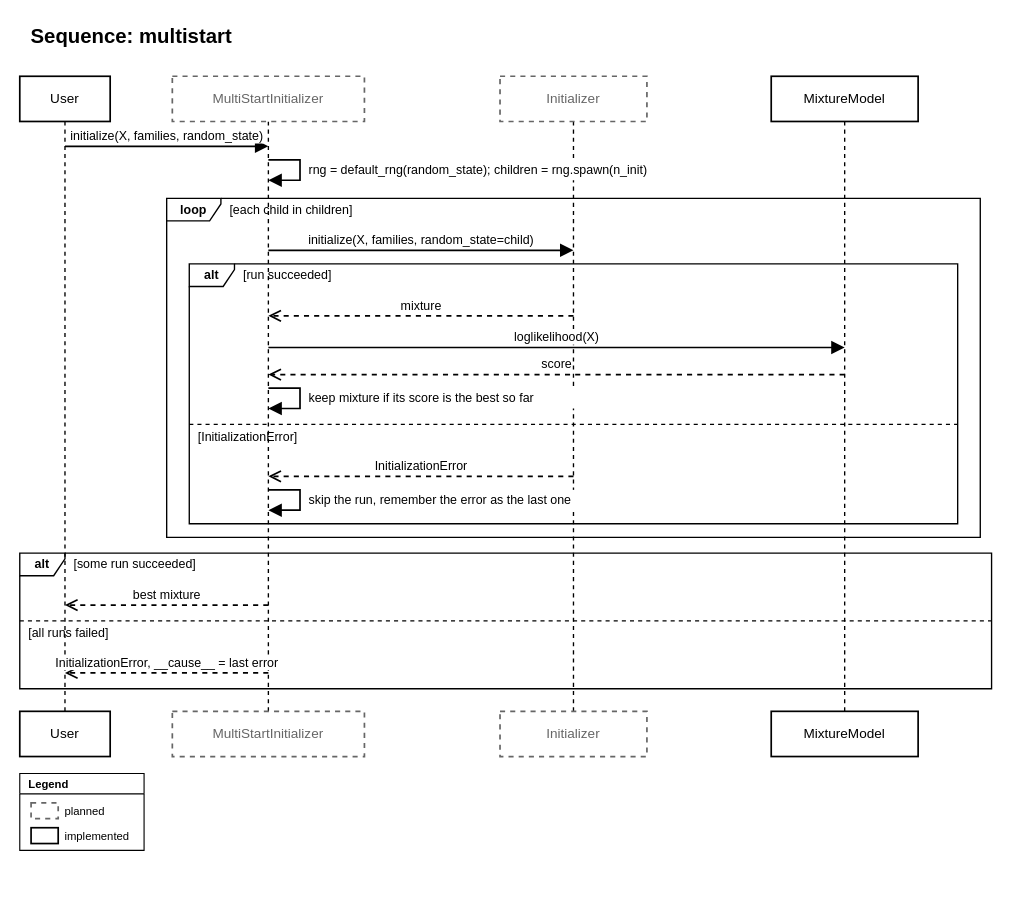
This is page "Sequence: multistart" (7 of 7) of docs/source/design/modules/initializers/diagrams/initializers.drawio from PySATL/pysatl-mpest, a draw.io file, before an edit. Source tidied: cells renumbered, new cells numbered last; positions are measured from the earlier drawing's top-left corner, leaving out a move shared by most shapes. Both pictures are drawn from the tidied source at 113%, with x=0, y=0 at pixel (19, 19).
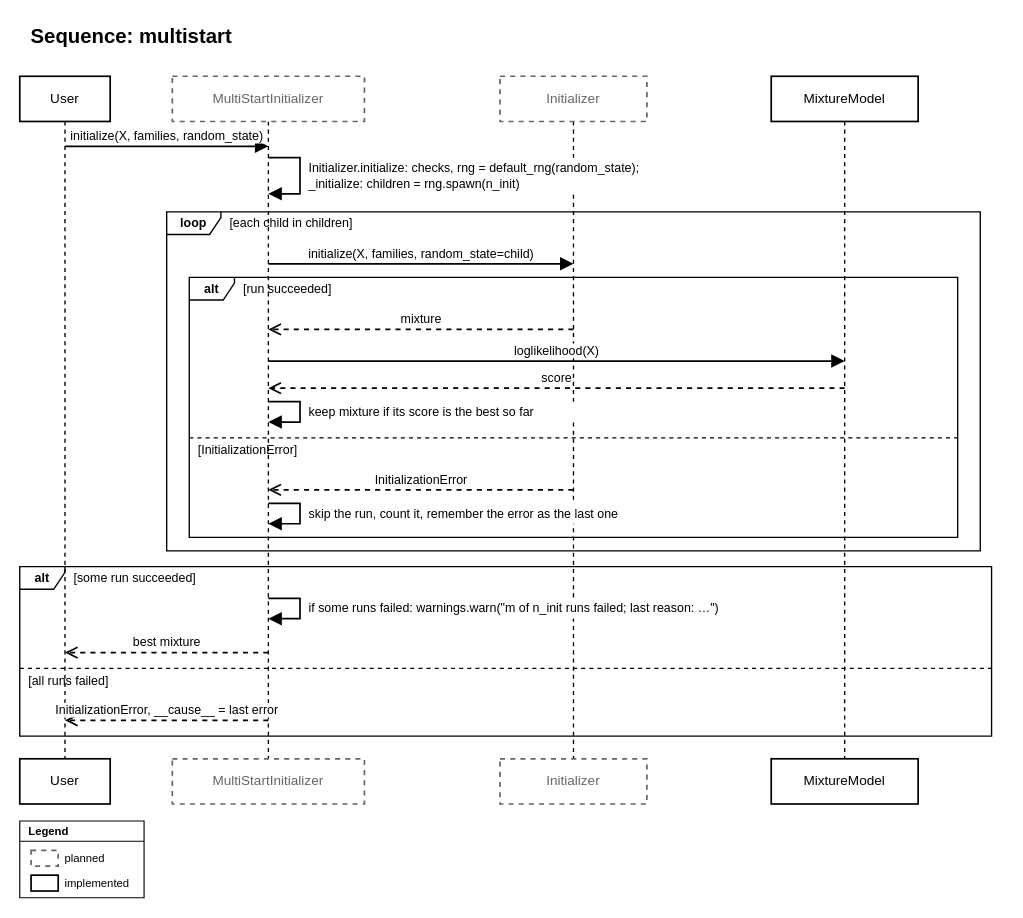
The same page after the edit.

What changed in the source:
```diff
@@
-    <mxCell id="3" style="html=1;rounded=0;dashed=1;endArrow=none;strokeColor=#000000;strokeWidth=1.2;" parent="1" edge="1">
-      <mxGeometry relative="1" as="geometry">
-        <mxPoint x="40" y="90" as="sourcePoint" />
-        <mxPoint x="40" y="612" as="targetPoint" />
-      </mxGeometry>
-    </mxCell>
+    <mxCell id="44" style="html=1;rounded=0;dashed=1;endArrow=none;strokeColor=#000000;strokeWidth=1.2;" parent="1" edge="1">
+      <mxGeometry relative="1" as="geometry">
+        <mxPoint x="40" y="90" as="sourcePoint" />
+        <mxPoint x="40" y="654" as="targetPoint" />
+      </mxGeometry>
+    </mxCell>
@@
-    <mxCell id="5" value="User" style="rounded=0;whiteSpace=wrap;html=1;fillColor=#ffffff;strokeColor=#000000;strokeWidth=1.5;fontSize=12;fontFamily=Helvetica;fontColor=#000000;" parent="1" vertex="1">
-      <mxGeometry y="612" width="80" height="40" as="geometry" />
-    </mxCell>
-    <mxCell id="6" style="html=1;rounded=0;dashed=1;endArrow=none;strokeColor=#000000;strokeWidth=1.2;" parent="1" edge="1">
-      <mxGeometry relative="1" as="geometry">
-        <mxPoint x="220" y="90" as="sourcePoint" />
-        <mxPoint x="220" y="612" as="targetPoint" />
-      </mxGeometry>
-    </mxCell>
-    <mxCell id="7" value="MultiStartInitializer" style="rounded=0;whiteSpace=wrap;html=1;fillColor=#ffffff;strokeColor=#666666;strokeWidth=1.5;fontSize=12;fontFamily=Helvetica;fontColor=#666666;dashed=1;" parent="1" vertex="1">
-      <mxGeometry x="135" y="50" width="170" height="40" as="geometry" />
+    <mxCell id="7" value="User" style="rounded=0;whiteSpace=wrap;html=1;fillColor=#ffffff;strokeColor=#000000;strokeWidth=1.5;fontSize=12;fontFamily=Helvetica;fontColor=#000000;" parent="1" vertex="1">
+      <mxGeometry y="654" width="80" height="40" as="geometry" />
     </mxCell>
+    <mxCell id="45" style="html=1;rounded=0;dashed=1;endArrow=none;strokeColor=#000000;strokeWidth=1.2;" parent="1" edge="1">
+      <mxGeometry relative="1" as="geometry">
+        <mxPoint x="220" y="90" as="sourcePoint" />
+        <mxPoint x="220" y="654" as="targetPoint" />
+      </mxGeometry>
+    </mxCell>
     <mxCell id="8" value="MultiStartInitializer" style="rounded=0;whiteSpace=wrap;html=1;fillColor=#ffffff;strokeColor=#666666;strokeWidth=1.5;fontSize=12;fontFamily=Helvetica;fontColor=#666666;dashed=1;" parent="1" vertex="1">
-      <mxGeometry x="135" y="612" width="170" height="40" as="geometry" />
+      <mxGeometry x="135" y="50" width="170" height="40" as="geometry" />
     </mxCell>
-    <mxCell id="9" style="html=1;rounded=0;dashed=1;endArrow=none;strokeColor=#000000;strokeWidth=1.2;" parent="1" edge="1">
-      <mxGeometry relative="1" as="geometry">
-        <mxPoint x="490" y="90" as="sourcePoint" />
-        <mxPoint x="490" y="612" as="targetPoint" />
-      </mxGeometry>
-    </mxCell>
-    <mxCell id="10" value="Initializer" style="rounded=0;whiteSpace=wrap;html=1;fillColor=#ffffff;strokeColor=#666666;strokeWidth=1.5;fontSize=12;fontFamily=Helvetica;fontColor=#666666;dashed=1;" parent="1" vertex="1">
-      <mxGeometry x="425" y="50" width="130" height="40" as="geometry" />
+    <mxCell id="10" value="MultiStartInitializer" style="rounded=0;whiteSpace=wrap;html=1;fillColor=#ffffff;strokeColor=#666666;strokeWidth=1.5;fontSize=12;fontFamily=Helvetica;fontColor=#666666;dashed=1;" parent="1" vertex="1">
+      <mxGeometry x="135" y="654" width="170" height="40" as="geometry" />
     </mxCell>
+    <mxCell id="46" style="html=1;rounded=0;dashed=1;endArrow=none;strokeColor=#000000;strokeWidth=1.2;" parent="1" edge="1">
+      <mxGeometry relative="1" as="geometry">
+        <mxPoint x="490" y="90" as="sourcePoint" />
+        <mxPoint x="490" y="654" as="targetPoint" />
+      </mxGeometry>
+    </mxCell>
     <mxCell id="11" value="Initializer" style="rounded=0;whiteSpace=wrap;html=1;fillColor=#ffffff;strokeColor=#666666;strokeWidth=1.5;fontSize=12;fontFamily=Helvetica;fontColor=#666666;dashed=1;" parent="1" vertex="1">
-      <mxGeometry x="425" y="612" width="130" height="40" as="geometry" />
+      <mxGeometry x="425" y="50" width="130" height="40" as="geometry" />
     </mxCell>
-    <mxCell id="12" style="html=1;rounded=0;dashed=1;endArrow=none;strokeColor=#000000;strokeWidth=1.2;" parent="1" edge="1">
-      <mxGeometry relative="1" as="geometry">
-        <mxPoint x="730" y="90" as="sourcePoint" />
-        <mxPoint x="730" y="612" as="targetPoint" />
-      </mxGeometry>
-    </mxCell>
-    <mxCell id="13" value="MixtureModel" style="rounded=0;whiteSpace=wrap;html=1;fillColor=#ffffff;strokeColor=#000000;strokeWidth=1.5;fontSize=12;fontFamily=Helvetica;fontColor=#000000;" parent="1" vertex="1">
-      <mxGeometry x="665" y="50" width="130" height="40" as="geometry" />
+    <mxCell id="13" value="Initializer" style="rounded=0;whiteSpace=wrap;html=1;fillColor=#ffffff;strokeColor=#666666;strokeWidth=1.5;fontSize=12;fontFamily=Helvetica;fontColor=#666666;dashed=1;" parent="1" vertex="1">
+      <mxGeometry x="425" y="654" width="130" height="40" as="geometry" />
     </mxCell>
-    <mxCell id="14" value="MixtureModel" style="rounded=0;whiteSpace=wrap;html=1;fillColor=#ffffff;strokeColor=#000000;strokeWidth=1.5;fontSize=12;fontFamily=Helvetica;fontColor=#000000;" parent="1" vertex="1">
-      <mxGeometry x="665" y="612" width="130" height="40" as="geometry" />
-    </mxCell>
+    <mxCell id="47" style="html=1;rounded=0;dashed=1;endArrow=none;strokeColor=#000000;strokeWidth=1.2;" parent="1" edge="1">
+      <mxGeometry relative="1" as="geometry">
+        <mxPoint x="730" y="90" as="sourcePoint" />
+        <mxPoint x="730" y="654" as="targetPoint" />
+      </mxGeometry>
+    </mxCell>
+    <mxCell id="48" value="MixtureModel" style="rounded=0;whiteSpace=wrap;html=1;fillColor=#ffffff;strokeColor=#000000;strokeWidth=1.5;fontSize=12;fontFamily=Helvetica;fontColor=#000000;" parent="1" vertex="1">
+      <mxGeometry x="665" y="50" width="130" height="40" as="geometry" />
+    </mxCell>
+    <mxCell id="49" value="MixtureModel" style="rounded=0;whiteSpace=wrap;html=1;fillColor=#ffffff;strokeColor=#000000;strokeWidth=1.5;fontSize=12;fontFamily=Helvetica;fontColor=#000000;" parent="1" vertex="1">
+      <mxGeometry x="665" y="654" width="130" height="40" as="geometry" />
+    </mxCell>
@@
     <mxCell id="16" style="endArrow=block;endFill=1;html=1;rounded=0;endSize=8;strokeColor=#000000;strokeWidth=1.5;fontSize=11;labelBackgroundColor=#ffffff;fontFamily=Helvetica;fontColor=#000000;" parent="1" edge="1">
       <mxGeometry relative="1" as="geometry">
-        <mxPoint x="220" y="124" as="sourcePoint" />
-        <mxPoint x="220" y="142" as="targetPoint" />
+        <mxPoint x="220" y="122" as="sourcePoint" />
+        <mxPoint x="220" y="154" as="targetPoint" />
         <Array as="points">
-          <mxPoint x="248" y="124" />
-          <mxPoint x="248" y="142" />
+          <mxPoint x="248" y="122" />
+          <mxPoint x="248" y="154" />
         </Array>
       </mxGeometry>
     </mxCell>
-    <mxCell id="17" value="rng = default_rng(random_state); children = rng.spawn(n_init)" style="text;html=1;align=left;verticalAlign=middle;spacing=0;spacingLeft=2;spacingRight=2;fontSize=11;fillColor=#ffffff;fontFamily=Helvetica;fontColor=#000000;" parent="1" vertex="1">
-      <mxGeometry x="254" y="124" width="380" height="18" as="geometry" />
+    <mxCell id="17" value="Initializer.initialize: checks, rng = default_rng(random_state);&lt;br&gt;_initialize: children = rng.spawn(n_init)" style="text;html=1;align=left;verticalAlign=middle;spacing=0;spacingLeft=2;spacingRight=2;fontSize=11;fillColor=#ffffff;fontFamily=Helvetica;fontColor=#000000;" parent="1" vertex="1">
+      <mxGeometry x="254" y="122" width="380" height="32" as="geometry" />
     </mxCell>
     <mxCell id="18" value="loop" style="shape=umlFrame;whiteSpace=wrap;html=1;fillColor=none;strokeColor=#000000;strokeWidth=1.2;fontSize=11;fontStyle=1;width=48;height=20;fontFamily=Helvetica;fontColor=#000000;" parent="1" vertex="1">
-      <mxGeometry x="130" y="158" width="720" height="300" as="geometry" />
+      <mxGeometry x="130" y="170" width="720" height="300" as="geometry" />
     </mxCell>
     <mxCell id="19" value="[each child in children]" style="text;html=1;align=left;verticalAlign=middle;spacing=0;fontSize=11;fontFamily=Helvetica;fontColor=#000000;" parent="1" vertex="1">
-      <mxGeometry x="186" y="160" width="660" height="16" as="geometry" />
+      <mxGeometry x="186" y="172" width="660" height="16" as="geometry" />
     </mxCell>
     <mxCell id="20" value="initialize(X, families, random_state=child)" style="endArrow=block;endFill=1;html=1;rounded=0;endSize=8;strokeColor=#000000;strokeWidth=1.5;fontSize=11;verticalAlign=bottom;labelBackgroundColor=#ffffff;fontFamily=Helvetica;fontColor=#000000;" parent="1" edge="1">
       <mxGeometry relative="1" as="geometry">
-        <mxPoint x="220" y="204" as="sourcePoint" />
-        <mxPoint x="490" y="204" as="targetPoint" />
+        <mxPoint x="220" y="216" as="sourcePoint" />
+        <mxPoint x="490" y="216" as="targetPoint" />
       </mxGeometry>
     </mxCell>
     <mxCell id="21" value="alt" style="shape=umlFrame;whiteSpace=wrap;html=1;fillColor=none;strokeColor=#000000;strokeWidth=1.2;fontSize=11;fontStyle=1;width=40;height=20;fontFamily=Helvetica;fontColor=#000000;" parent="1" vertex="1">
-      <mxGeometry x="150" y="216" width="680" height="230" as="geometry" />
+      <mxGeometry x="150" y="228" width="680" height="230" as="geometry" />
     </mxCell>
     <mxCell id="22" value="[run succeeded]" style="text;html=1;align=left;verticalAlign=middle;spacing=0;fontSize=11;fontFamily=Helvetica;fontColor=#000000;" parent="1" vertex="1">
-      <mxGeometry x="198" y="218" width="628" height="16" as="geometry" />
+      <mxGeometry x="198" y="230" width="628" height="16" as="geometry" />
     </mxCell>
     <mxCell id="23" value="mixture" style="dashed=1;endArrow=open;endFill=0;html=1;rounded=0;endSize=8;strokeColor=#000000;strokeWidth=1.5;fontSize=11;verticalAlign=bottom;labelBackgroundColor=#ffffff;fontFamily=Helvetica;fontColor=#000000;" parent="1" edge="1">
       <mxGeometry relative="1" as="geometry">
-        <mxPoint x="490" y="262" as="sourcePoint" />
-        <mxPoint x="220" y="262" as="targetPoint" />
+        <mxPoint x="490" y="274" as="sourcePoint" />
+        <mxPoint x="220" y="274" as="targetPoint" />
       </mxGeometry>
     </mxCell>
     <mxCell id="24" value="loglikelihood(X)" style="endArrow=block;endFill=1;html=1;rounded=0;endSize=8;strokeColor=#000000;strokeWidth=1.5;fontSize=11;verticalAlign=bottom;labelBackgroundColor=#ffffff;fontFamily=Helvetica;fontColor=#000000;" parent="1" edge="1">
       <mxGeometry relative="1" as="geometry">
-        <mxPoint x="220" y="290" as="sourcePoint" />
-        <mxPoint x="730" y="290" as="targetPoint" />
+        <mxPoint x="220" y="302" as="sourcePoint" />
+        <mxPoint x="730" y="302" as="targetPoint" />
       </mxGeometry>
     </mxCell>
     <mxCell id="25" value="score" style="dashed=1;endArrow=open;endFill=0;html=1;rounded=0;endSize=8;strokeColor=#000000;strokeWidth=1.5;fontSize=11;verticalAlign=bottom;labelBackgroundColor=#ffffff;fontFamily=Helvetica;fontColor=#000000;" parent="1" edge="1">
       <mxGeometry relative="1" as="geometry">
-        <mxPoint x="730" y="314" as="sourcePoint" />
-        <mxPoint x="220" y="314" as="targetPoint" />
+        <mxPoint x="730" y="326" as="sourcePoint" />
+        <mxPoint x="220" y="326" as="targetPoint" />
       </mxGeometry>
     </mxCell>
     <mxCell id="26" style="endArrow=block;endFill=1;html=1;rounded=0;endSize=8;strokeColor=#000000;strokeWidth=1.5;fontSize=11;labelBackgroundColor=#ffffff;fontFamily=Helvetica;fontColor=#000000;" parent="1" edge="1">
       <mxGeometry relative="1" as="geometry">
-        <mxPoint x="220" y="326" as="sourcePoint" />
-        <mxPoint x="220" y="344" as="targetPoint" />
+        <mxPoint x="220" y="338" as="sourcePoint" />
+        <mxPoint x="220" y="356" as="targetPoint" />
         <Array as="points">
-          <mxPoint x="248" y="326" />
-          <mxPoint x="248" y="344" />
+          <mxPoint x="248" y="338" />
+          <mxPoint x="248" y="356" />
         </Array>
       </mxGeometry>
     </mxCell>
     <mxCell id="27" value="keep mixture if its score is the best so far" style="text;html=1;align=left;verticalAlign=middle;spacing=0;spacingLeft=2;spacingRight=2;fontSize=11;fillColor=#ffffff;fontFamily=Helvetica;fontColor=#000000;" parent="1" vertex="1">
-      <mxGeometry x="254" y="326" width="260" height="18" as="geometry" />
+      <mxGeometry x="254" y="338" width="260" height="18" as="geometry" />
     </mxCell>
     <mxCell id="28" style="html=1;rounded=0;dashed=1;endArrow=none;strokeColor=#000000;strokeWidth=1.2;" parent="1" edge="1">
       <mxGeometry relative="1" as="geometry">
-        <mxPoint x="150" y="358" as="sourcePoint" />
-        <mxPoint x="830" y="358" as="targetPoint" />
+        <mxPoint x="150" y="370" as="sourcePoint" />
+        <mxPoint x="830" y="370" as="targetPoint" />
       </mxGeometry>
     </mxCell>
     <mxCell id="29" value="[InitializationError]" style="text;html=1;align=left;verticalAlign=middle;spacing=0;fontSize=11;fontFamily=Helvetica;fontColor=#000000;" parent="1" vertex="1">
-      <mxGeometry x="158" y="361" width="664" height="16" as="geometry" />
+      <mxGeometry x="158" y="373" width="664" height="16" as="geometry" />
     </mxCell>
     <mxCell id="30" value="InitializationError" style="dashed=1;endArrow=open;endFill=0;html=1;rounded=0;endSize=8;strokeColor=#000000;strokeWidth=1.5;fontSize=11;verticalAlign=bottom;labelBackgroundColor=#ffffff;fontFamily=Helvetica;fontColor=#000000;" parent="1" edge="1">
       <mxGeometry relative="1" as="geometry">
-        <mxPoint x="490" y="404" as="sourcePoint" />
-        <mxPoint x="220" y="404" as="targetPoint" />
+        <mxPoint x="490" y="416" as="sourcePoint" />
+        <mxPoint x="220" y="416" as="targetPoint" />
       </mxGeometry>
     </mxCell>
     <mxCell id="31" style="endArrow=block;endFill=1;html=1;rounded=0;endSize=8;strokeColor=#000000;strokeWidth=1.5;fontSize=11;labelBackgroundColor=#ffffff;fontFamily=Helvetica;fontColor=#000000;" parent="1" edge="1">
       <mxGeometry relative="1" as="geometry">
-        <mxPoint x="220" y="416" as="sourcePoint" />
-        <mxPoint x="220" y="434" as="targetPoint" />
+        <mxPoint x="220" y="428" as="sourcePoint" />
+        <mxPoint x="220" y="446" as="targetPoint" />
         <Array as="points">
-          <mxPoint x="248" y="416" />
-          <mxPoint x="248" y="434" />
+          <mxPoint x="248" y="428" />
+          <mxPoint x="248" y="446" />
         </Array>
       </mxGeometry>
     </mxCell>
-    <mxCell id="32" value="skip the run, remember the error as the last one" style="text;html=1;align=left;verticalAlign=middle;spacing=0;spacingLeft=2;spacingRight=2;fontSize=11;fillColor=#ffffff;fontFamily=Helvetica;fontColor=#000000;" parent="1" vertex="1">
-      <mxGeometry x="254" y="416" width="280" height="18" as="geometry" />
+    <mxCell id="32" value="skip the run, count it, remember the error as the last one" style="text;html=1;align=left;verticalAlign=middle;spacing=0;spacingLeft=2;spacingRight=2;fontSize=11;fillColor=#ffffff;fontFamily=Helvetica;fontColor=#000000;" parent="1" vertex="1">
+      <mxGeometry x="254" y="428" width="330" height="18" as="geometry" />
     </mxCell>
     <mxCell id="33" value="alt" style="shape=umlFrame;whiteSpace=wrap;html=1;fillColor=none;strokeColor=#000000;strokeWidth=1.2;fontSize=11;fontStyle=1;width=40;height=20;fontFamily=Helvetica;fontColor=#000000;" parent="1" vertex="1">
-      <mxGeometry y="472" width="860" height="120" as="geometry" />
+      <mxGeometry y="484" width="860" height="150" as="geometry" />
     </mxCell>
     <mxCell id="34" value="[some run succeeded]" style="text;html=1;align=left;verticalAlign=middle;spacing=0;fontSize=11;fontFamily=Helvetica;fontColor=#000000;" parent="1" vertex="1">
-      <mxGeometry x="48" y="474" width="808" height="16" as="geometry" />
+      <mxGeometry x="48" y="486" width="808" height="16" as="geometry" />
     </mxCell>
+    <mxCell id="50" style="endArrow=block;endFill=1;html=1;rounded=0;endSize=8;strokeColor=#000000;strokeWidth=1.5;fontSize=11;labelBackgroundColor=#ffffff;fontFamily=Helvetica;fontColor=#000000;" parent="1" edge="1">
+      <mxGeometry relative="1" as="geometry">
+        <mxPoint x="220" y="512" as="sourcePoint" />
+        <mxPoint x="220" y="530" as="targetPoint" />
+        <Array as="points">
+          <mxPoint x="248" y="512" />
+          <mxPoint x="248" y="530" />
+        </Array>
+      </mxGeometry>
+    </mxCell>
+    <mxCell id="51" value="if some runs failed: warnings.warn(&quot;m of n_init runs failed; last reason: …&quot;)" style="text;html=1;align=left;verticalAlign=middle;spacing=0;spacingLeft=2;spacingRight=2;fontSize=11;fillColor=#ffffff;fontFamily=Helvetica;fontColor=#000000;" parent="1" vertex="1">
+      <mxGeometry x="254" y="512" width="440" height="18" as="geometry" />
+    </mxCell>
     <mxCell id="35" value="best mixture" style="dashed=1;endArrow=open;endFill=0;html=1;rounded=0;endSize=8;strokeColor=#000000;strokeWidth=1.5;fontSize=11;verticalAlign=bottom;labelBackgroundColor=#ffffff;fontFamily=Helvetica;fontColor=#000000;" parent="1" edge="1">
       <mxGeometry relative="1" as="geometry">
-        <mxPoint x="220" y="518" as="sourcePoint" />
-        <mxPoint x="40" y="518" as="targetPoint" />
+        <mxPoint x="220" y="560" as="sourcePoint" />
+        <mxPoint x="40" y="560" as="targetPoint" />
       </mxGeometry>
     </mxCell>
-    <mxCell id="36" style="html=1;rounded=0;dashed=1;endArrow=none;strokeColor=#000000;strokeWidth=1.2;" parent="1" edge="1">
-      <mxGeometry relative="1" as="geometry">
-        <mxPoint y="532" as="sourcePoint" />
-        <mxPoint x="860" y="532" as="targetPoint" />
-      </mxGeometry>
-    </mxCell>
+    <mxCell id="52" style="html=1;rounded=0;dashed=1;endArrow=none;strokeColor=#000000;strokeWidth=1.2;" parent="1" edge="1">
+      <mxGeometry relative="1" as="geometry">
+        <mxPoint y="574" as="sourcePoint" />
+        <mxPoint x="860" y="574" as="targetPoint" />
+      </mxGeometry>
+    </mxCell>
     <mxCell id="37" value="[all runs failed]" style="text;html=1;align=left;verticalAlign=middle;spacing=0;fontSize=11;fontFamily=Helvetica;fontColor=#000000;" parent="1" vertex="1">
-      <mxGeometry x="8" y="535" width="844" height="16" as="geometry" />
+      <mxGeometry x="8" y="577" width="844" height="16" as="geometry" />
     </mxCell>
     <mxCell id="38" value="InitializationError, __cause__ = last error" style="dashed=1;endArrow=open;endFill=0;html=1;rounded=0;endSize=8;strokeColor=#000000;strokeWidth=1.5;fontSize=11;verticalAlign=bottom;labelBackgroundColor=#ffffff;fontFamily=Helvetica;fontColor=#000000;" parent="1" edge="1">
       <mxGeometry relative="1" as="geometry">
-        <mxPoint x="220" y="578" as="sourcePoint" />
-        <mxPoint x="40" y="578" as="targetPoint" />
+        <mxPoint x="220" y="620" as="sourcePoint" />
+        <mxPoint x="40" y="620" as="targetPoint" />
       </mxGeometry>
     </mxCell>
     <mxCell id="39" value="Legend" style="swimlane;startSize=18;html=1;fontSize=10;fontStyle=1;align=left;spacingLeft=6;fillColor=none;swimlaneFillColor=#ffffff;strokeColor=#000000;strokeWidth=1;fontFamily=Helvetica;fontColor=#000000;" parent="1" vertex="1">
-      <mxGeometry y="667" width="110" height="68" as="geometry" />
+      <mxGeometry y="709" width="110" height="68" as="geometry" />
     </mxCell>
-    <mxCell id="40" style="rounded=0;whiteSpace=wrap;html=1;fillColor=#ffffff;strokeColor=#666666;strokeWidth=1.5;dashed=1;" parent="1" vertex="1">
-      <mxGeometry x="10" y="693" width="24" height="14" as="geometry" />
-    </mxCell>
-    <mxCell id="41" value="planned" style="text;html=1;align=left;verticalAlign=middle;spacing=0;fontSize=10;fontFamily=Helvetica;fontColor=#000000;" parent="1" vertex="1">
-      <mxGeometry x="40" y="691" width="66" height="18" as="geometry" />
-    </mxCell>
-    <mxCell id="42" style="rounded=0;whiteSpace=wrap;html=1;fillColor=#ffffff;strokeColor=#000000;strokeWidth=1.5;" parent="1" vertex="1">
-      <mxGeometry x="10" y="715" width="24" height="14" as="geometry" />
+    <mxCell id="42" style="rounded=0;whiteSpace=wrap;html=1;fillColor=#ffffff;strokeColor=#666666;strokeWidth=1.5;dashed=1;" parent="1" vertex="1">
+      <mxGeometry x="10" y="735" width="24" height="14" as="geometry" />
     </mxCell>
-    <mxCell id="43" value="implemented" style="text;html=1;align=left;verticalAlign=middle;spacing=0;fontSize=10;fontFamily=Helvetica;fontColor=#000000;" parent="1" vertex="1">
-      <mxGeometry x="40" y="713" width="66" height="18" as="geometry" />
+    <mxCell id="43" value="planned" style="text;html=1;align=left;verticalAlign=middle;spacing=0;fontSize=10;fontFamily=Helvetica;fontColor=#000000;" parent="1" vertex="1">
+      <mxGeometry x="40" y="733" width="66" height="18" as="geometry" />
     </mxCell>
+    <mxCell id="53" style="rounded=0;whiteSpace=wrap;html=1;fillColor=#ffffff;strokeColor=#000000;strokeWidth=1.5;" parent="1" vertex="1">
+      <mxGeometry x="10" y="757" width="24" height="14" as="geometry" />
+    </mxCell>
+    <mxCell id="54" value="implemented" style="text;html=1;align=left;verticalAlign=middle;spacing=0;fontSize=10;fontFamily=Helvetica;fontColor=#000000;" parent="1" vertex="1">
+      <mxGeometry x="40" y="755" width="66" height="18" as="geometry" />
+    </mxCell>
```
